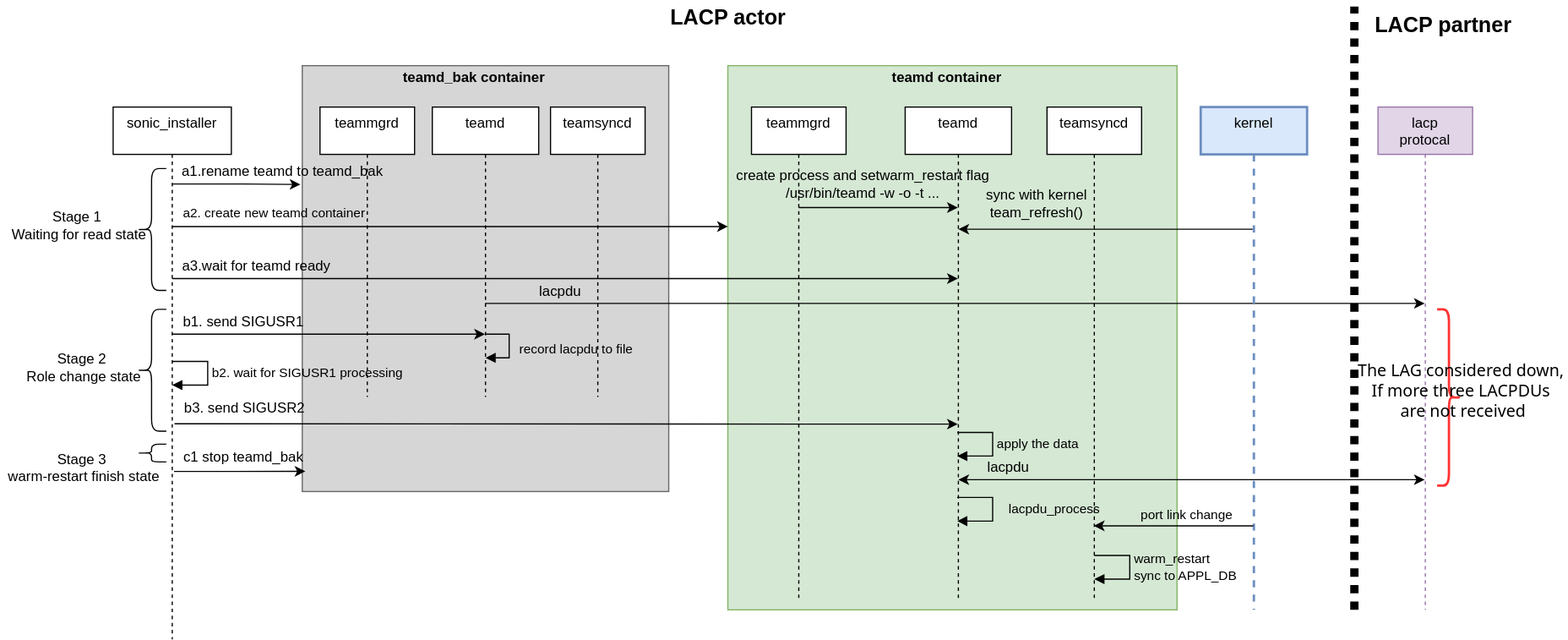
Above: doc/lag/images/teamd_smooth_upgrade_flow.svg in sonic-net/SONiC (draw.io), before the change. Source tidied: cells renumbered, new cells last; positions are measured from the earlier drawing's top-left corner, leaving out a move shared by most shapes.
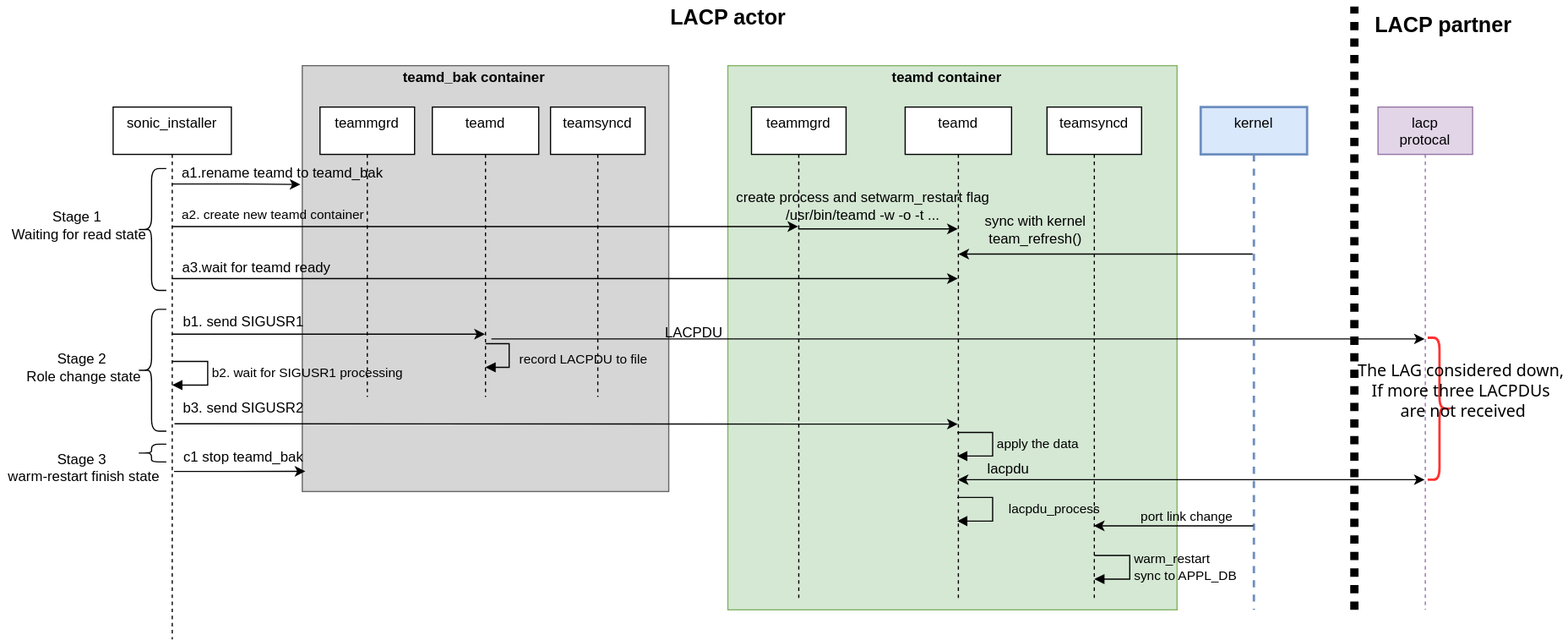
After the commit.

What changed in the source:
```diff
@@ -11,13 +11,13 @@
     <mxCell id="4" value="teamd" style="shape=umlLifeline;perimeter=lifelinePerimeter;whiteSpace=wrap;html=1;verticalAlign=top;" parent="1" vertex="1">
       <mxGeometry x="365" y="90" width="90" height="245" as="geometry" />
     </mxCell>
-    <mxCell id="5" value="record lacpdu to file" style="edgeStyle=orthogonalEdgeStyle;html=1;align=left;spacingLeft=2;endArrow=block;rounded=0;labelBackgroundColor=none;" parent="4" edge="1">
+    <mxCell id="5" value="record&amp;nbsp;LACPDU to file" style="edgeStyle=orthogonalEdgeStyle;html=1;align=left;spacingLeft=2;endArrow=block;rounded=0;labelBackgroundColor=none;" parent="4" edge="1">
       <mxGeometry x="0.1" y="5" relative="1" as="geometry">
-        <mxPoint x="45" y="192" as="sourcePoint" />
-        <mxPoint x="45" y="212" as="targetPoint" />
+        <mxPoint x="45" y="200" as="sourcePoint" />
+        <mxPoint x="45" y="220" as="targetPoint" />
         <Array as="points">
-          <mxPoint x="65" y="192" />
-          <mxPoint x="65" y="212" />
+          <mxPoint x="65" y="200" />
+          <mxPoint x="65" y="220" />
         </Array>
       </mxGeometry>
     </mxCell>
@@ -89,11 +89,11 @@
     </mxCell>
     <mxCell id="20" style="endArrow=classic;html=1;rounded=0;fontSize=12;labelBackgroundColor=none;" parent="18" edge="1">
       <mxGeometry relative="1" as="geometry">
-        <mxPoint x="174" y="103.3" as="sourcePoint" />
-        <mxPoint x="-75" y="103.3" as="targetPoint" />
+        <mxPoint x="174" y="124.3" as="sourcePoint" />
+        <mxPoint x="-75" y="124.3" as="targetPoint" />
         <Array as="points">
-          <mxPoint x="-20" y="103.3" />
-          <mxPoint x="-50" y="103.3" />
+          <mxPoint x="-20" y="124.3" />
+          <mxPoint x="-50" y="124.3" />
         </Array>
       </mxGeometry>
     </mxCell>
@@ -114,10 +114,9 @@
         <mxPoint x="5" y="-9" as="offset" />
       </mxGeometry>
     </mxCell>
-    <mxCell id="24" style="endArrow=classic;html=1;rounded=0;fontSize=12;labelBackgroundColor=default;" parent="1" edge="1">
+    <mxCell id="24" style="endArrow=classic;html=1;rounded=0;fontSize=12;labelBackgroundColor=default;" parent="1" edge="1" target="17">
       <mxGeometry relative="1" as="geometry">
         <mxPoint x="144.7" y="191" as="sourcePoint" />
-        <mxPoint x="615" y="191" as="targetPoint" />
         <Array as="points">
           <mxPoint x="445" y="191" />
           <mxPoint x="465" y="191" />
@@ -126,27 +125,27 @@
     </mxCell>
     <mxCell id="25" value="a2. create new teamd container" style="edgeLabel;html=1;align=center;verticalAlign=middle;labelBackgroundColor=none;" parent="24" vertex="1">
       <mxGeometry x="-0.71" y="-2" relative="1" as="geometry">
-        <mxPoint x="18" y="-13" as="offset" />
+        <mxPoint x="9" y="-13" as="offset" />
       </mxGeometry>
     </mxCell>
     <mxCell id="26" value="lacp&lt;br&gt;protocal" style="shape=umlLifeline;perimeter=lifelinePerimeter;whiteSpace=wrap;html=1;outlineConnect=0;verticalAlign=top;fillColor=#e1d5e7;strokeColor=#9673a6;" parent="1" vertex="1">
       <mxGeometry x="1165" y="90" width="80" height="425" as="geometry" />
     </mxCell>
     <mxCell id="27" style="shape=curlyBracket;whiteSpace=wrap;html=1;rounded=1;flipH=1;fontSize=12;align=center;verticalAlign=top;strokeColor=#FF3333;strokeWidth=2;" parent="26" vertex="1">
-      <mxGeometry x="50" y="171" width="20" height="149" as="geometry" />
+      <mxGeometry x="42" y="195" width="20" height="120" as="geometry" />
     </mxCell>
     <mxCell id="28" style="endArrow=classic;html=1;rounded=0;" parent="1" edge="1">
       <mxGeometry relative="1" as="geometry">
-        <mxPoint x="409.7" y="256" as="sourcePoint" />
-        <mxPoint x="1204.5" y="256" as="targetPoint" />
+        <mxPoint x="415" y="286" as="sourcePoint" />
+        <mxPoint x="1204.5" y="286" as="targetPoint" />
         <Array as="points">
-          <mxPoint x="865.3" y="256" />
+          <mxPoint x="858.2" y="286" />
         </Array>
       </mxGeometry>
     </mxCell>
-    <mxCell id="29" value="lacpdu" style="edgeLabel;html=1;align=center;verticalAlign=middle;fontSize=12;labelBackgroundColor=none;" parent="28" vertex="1">
+    <mxCell id="29" value="LACPDU" style="edgeLabel;html=1;align=center;verticalAlign=middle;fontSize=12;labelBackgroundColor=none;" parent="28" vertex="1">
       <mxGeometry x="-0.8" y="1" relative="1" as="geometry">
-        <mxPoint x="-15" y="-9" as="offset" />
+        <mxPoint x="92" y="-5" as="offset" />
       </mxGeometry>
     </mxCell>
     <mxCell id="30" value="&lt;b&gt;LACP partner&lt;/b&gt;" style="text;html=1;align=center;verticalAlign=middle;strokeColor=none;fillColor=none;fontSize=18;" parent="1" vertex="1">
@@ -158,11 +157,13 @@
     <mxCell id="32" value="&lt;b&gt;teamd container&lt;/b&gt;" style="text;html=1;align=center;verticalAlign=middle;strokeColor=none;fillColor=none;fontSize=12;" parent="1" vertex="1">
       <mxGeometry x="745" y="55" width="110" height="20" as="geometry" />
     </mxCell>
-    <mxCell id="33" style="endArrow=classic;html=1;rounded=0;labelBackgroundColor=none;" parent="1" edge="1" source="17" target="9">
+    <mxCell id="33" style="endArrow=classic;html=1;rounded=0;labelBackgroundColor=none;" parent="1" edge="1">
       <mxGeometry relative="1" as="geometry">
+        <mxPoint x="674.5" y="193" as="sourcePoint" />
+        <mxPoint x="809.5" y="193" as="targetPoint" />
         <Array as="points">
-          <mxPoint x="745" y="175" />
-          <mxPoint x="785" y="175" />
+          <mxPoint x="745" y="193" />
+          <mxPoint x="785" y="193" />
         </Array>
       </mxGeometry>
     </mxCell>
```
